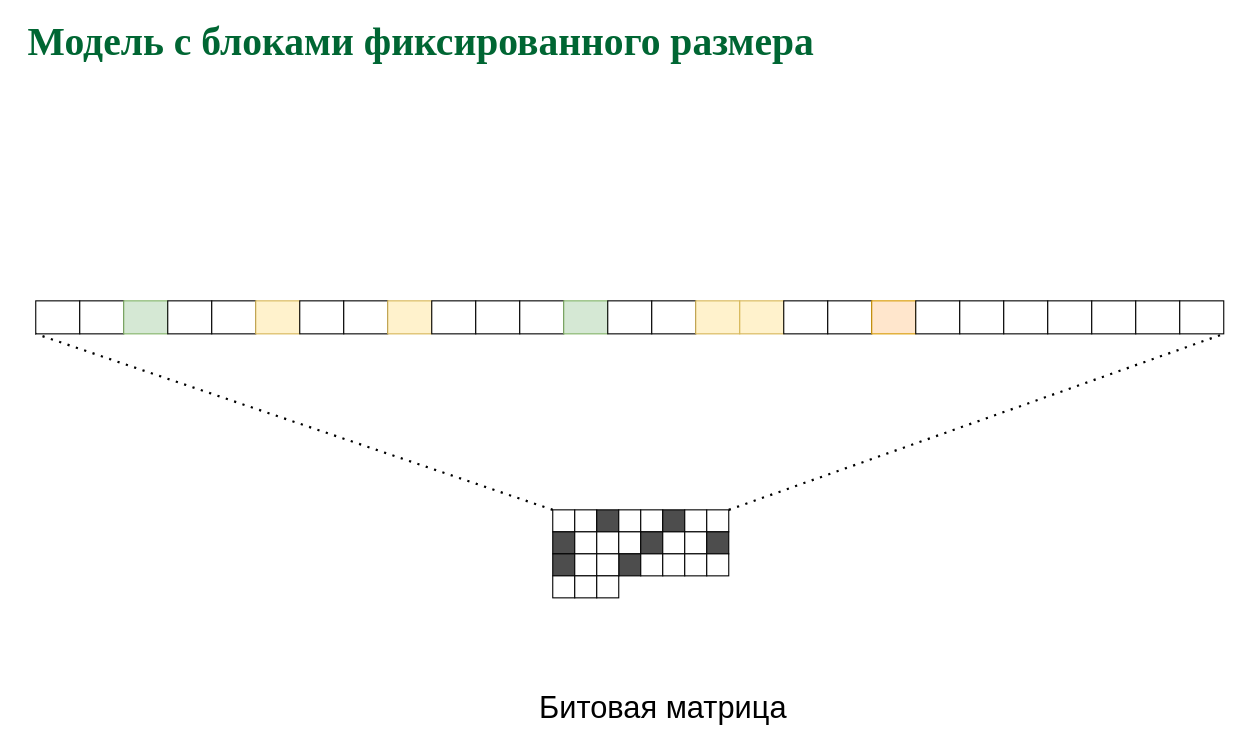
Before: page "bitma" (1 of 3) of slides/freespace.drawio in 77maxikov/os_course, a draw.io diagram. Source tidied: cells renumbered, new cells numbered last; positions are measured from the earlier drawing's top-left corner, leaving out a move shared by most shapes. Both pictures are drawn from the tidied source at 110%, with x=0, y=0 at pixel (19, 25).
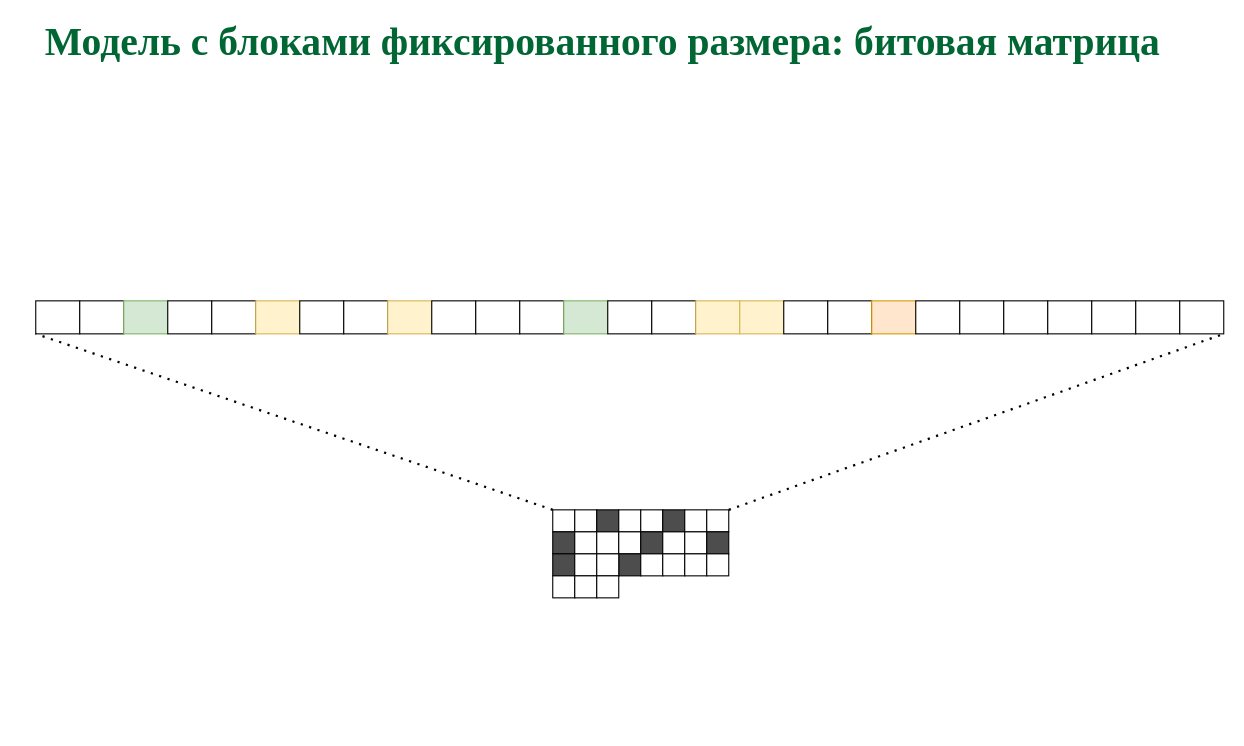
The same diagram, later.

Diff of the diagram source:
```diff
@@
-    <mxCell id="3" value="&lt;font color=&quot;#006633&quot; face=&quot;Garamond&quot;&gt;&lt;span style=&quot;font-size: 36px&quot;&gt;&lt;b&gt;Модель с блоками фиксированного размера&lt;/b&gt;&lt;/span&gt;&lt;/font&gt;" style="text;html=1;align=center;verticalAlign=middle;" parent="1" vertex="1">
-      <mxGeometry width="730" height="30" as="geometry" />
+    <mxCell id="3" value="&lt;font color=&quot;#006633&quot; face=&quot;Garamond&quot;&gt;&lt;span style=&quot;font-size: 36px&quot;&gt;&lt;b&gt;Модель с блоками фиксированного размера: б&lt;/b&gt;&lt;/span&gt;&lt;/font&gt;&lt;font face=&quot;Garamond&quot; color=&quot;#006633&quot; style=&quot;font-size: 36px&quot;&gt;&lt;b&gt;&lt;font style=&quot;font-size: 36px&quot;&gt;итовая&lt;/font&gt;&lt;span&gt;&amp;nbsp;матрица&lt;/span&gt;&lt;/b&gt;&lt;/font&gt;" style="text;html=1;align=center;verticalAlign=middle;" parent="1" vertex="1">
+      <mxGeometry x="15" width="1030" height="30" as="geometry" />
     </mxCell>
@@
-    <mxCell id="57" value="&lt;font style=&quot;font-size: 28px&quot;&gt;Битовая матрица&lt;/font&gt;" style="text;html=1;align=center;verticalAlign=middle;" parent="1" vertex="1">
-      <mxGeometry x="465" y="610" width="240" height="20" as="geometry" />
-    </mxCell>
```
